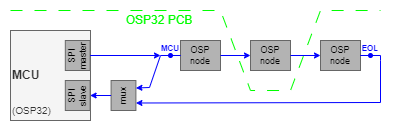
The draw.io diagram extras/dirosp32.drawio.png in ams-OSRAM/OSP_aospi, before a commit. Source tidied: cells renumbered, new cells last; positions are measured from the earlier drawing's top-left corner, leaving out a move shared by most shapes.
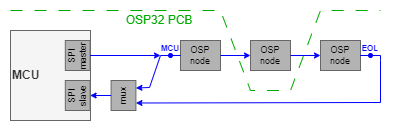
After the commit.

What changed in the source:
```diff
@@ -54,9 +54,6 @@
     <mxCell id="14" style="endArrow=classic;html=1;rounded=0;exitX=0.5;exitY=0;exitDx=0;exitDy=0;entryX=0.5;entryY=1;entryDx=0;entryDy=0;endSize=4;startSize=4;startArrow=none;startFill=0;strokeColor=#0000FF;" parent="1" edge="1" source="12" target="5">
       <mxGeometry relative="1" as="geometry" />
     </mxCell>
-    <mxCell id="15" value="(OSP32)" style="rounded=0;whiteSpace=wrap;html=1;fillColor=none;fontColor=#333333;strokeColor=none;align=left;fontStyle=0;fontSize=10;" parent="1" vertex="1">
-      <mxGeometry y="90" width="50" height="20" as="geometry" />
-    </mxCell>
     <mxCell id="16" style="endArrow=oval;html=1;rounded=0;exitX=1;exitY=0.5;exitDx=0;exitDy=0;endSize=4;startSize=4;startArrow=none;startFill=0;strokeColor=#0000FF;endFill=1;" parent="1" edge="1" source="7">
       <mxGeometry relative="1" as="geometry">
         <mxPoint x="360" y="45" as="targetPoint" />
@@ -73,7 +70,7 @@
     <mxCell id="19" value="MCU" style="text;html=1;align=center;verticalAlign=middle;whiteSpace=wrap;rounded=0;fontSize=8;fontStyle=1;fontColor=#0000FF;" parent="1" vertex="1">
       <mxGeometry x="150" y="30" width="20" height="16" as="geometry" />
     </mxCell>
-    <mxCell id="20" style="endArrow=none;html=1;rounded=0;dashed=1;dashPattern=12 12;strokeColor=#00FF00;" parent="1" edge="1">
+    <mxCell id="20" style="endArrow=none;html=1;rounded=0;dashed=1;dashPattern=12 12;strokeColor=#00AA00;" parent="1" edge="1">
       <mxGeometry relative="1" as="geometry">
         <mxPoint as="sourcePoint" />
         <mxPoint x="370" as="targetPoint" />
@@ -85,7 +82,7 @@
         </Array>
       </mxGeometry>
     </mxCell>
-    <mxCell id="21" value="OSP32 PCB" style="text;html=1;align=center;verticalAlign=middle;whiteSpace=wrap;rounded=0;fontColor=#00FF00;" parent="1" vertex="1">
+    <mxCell id="21" value="OSP32 PCB" style="text;html=1;align=center;verticalAlign=middle;whiteSpace=wrap;rounded=0;fontColor=#00AA00;" parent="1" vertex="1">
       <mxGeometry x="98" width="102" height="20" as="geometry" />
     </mxCell>
   </root>
```
